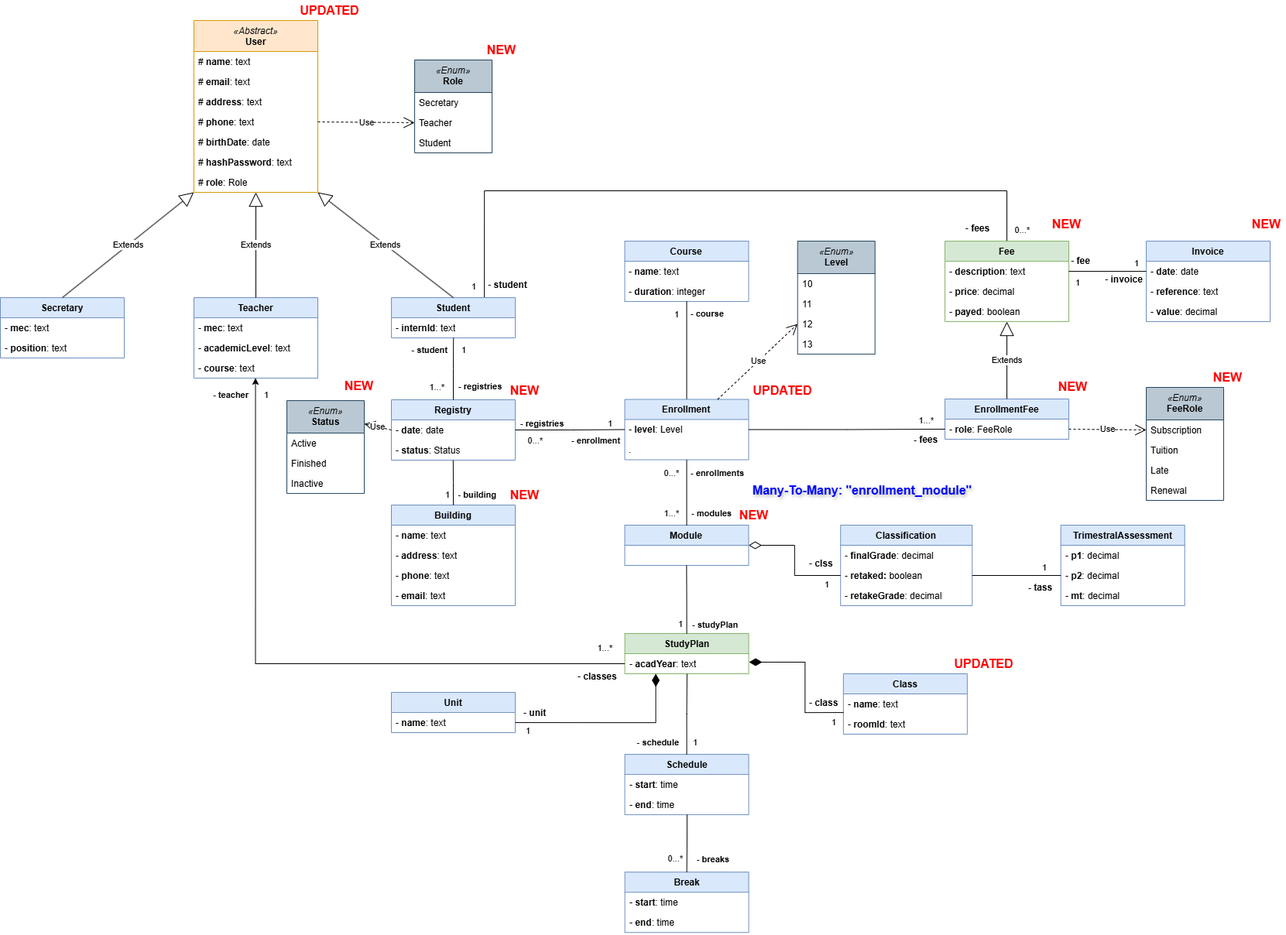
This is documentation/data-model.drawio.png from Joaquim-Claudio/Imptel-Online_P.D.S-2024-2025, a draw.io export, as it was before one commit. Source tidied: cells renumbered, new cells last; positions are measured from the earlier drawing's top-left corner, leaving out a move shared by most shapes.
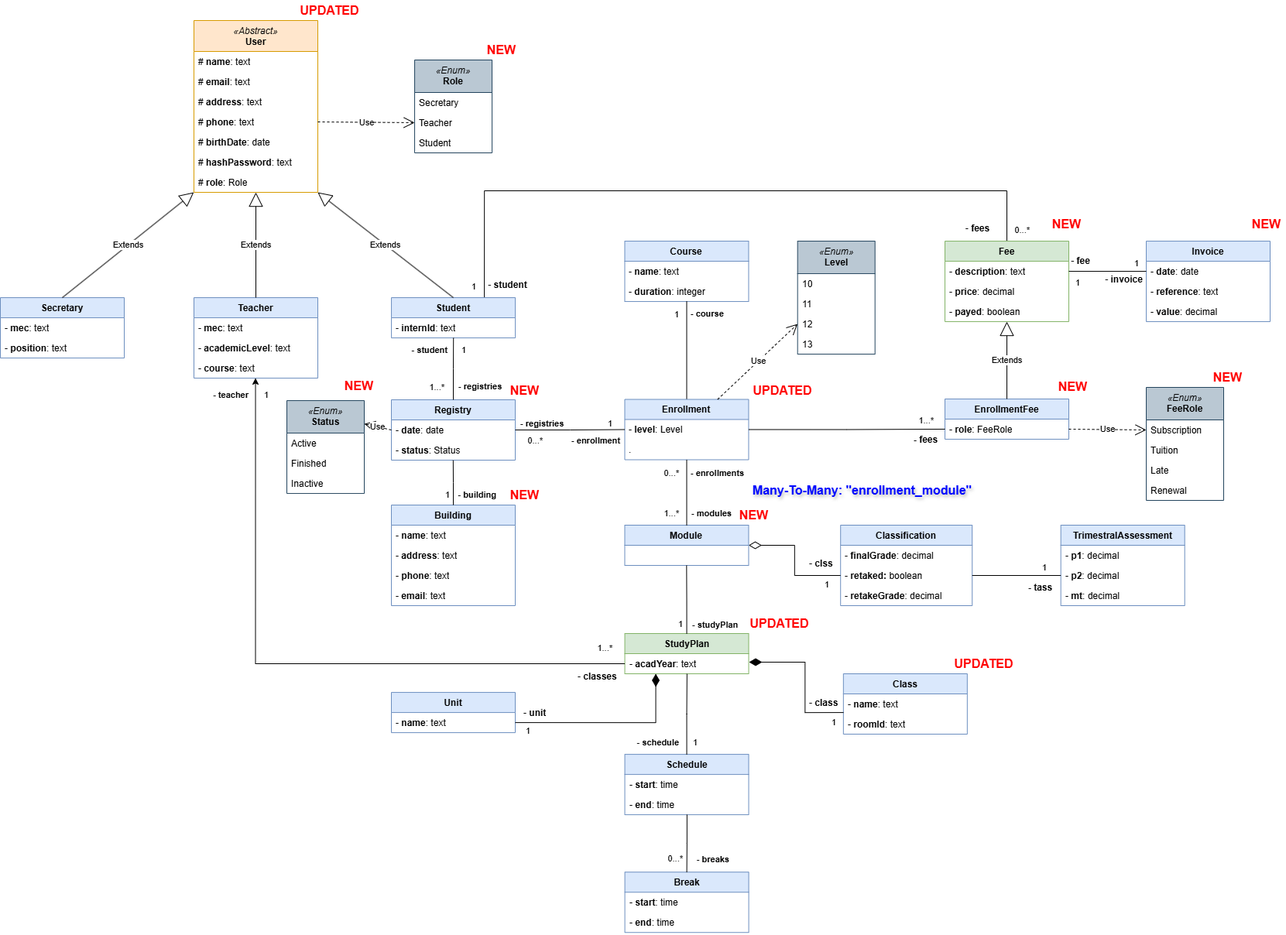
After the commit.

What changed in the source:
```diff
@@ -516,5 +516,8 @@
     <mxCell id="163" value="NEW" style="text;align=center;fontStyle=1;verticalAlign=middle;spacingLeft=3;spacingRight=3;html=1;fontColor=#ff0000;fontSize=16;" parent="1" vertex="1">
       <mxGeometry x="1560" y="474" width="50" height="26" as="geometry" />
     </mxCell>
+    <mxCell id="164" value="UPDATED" style="text;align=center;fontStyle=1;verticalAlign=middle;spacingLeft=3;spacingRight=3;html=1;fontColor=#ff0000;fontSize=16;" parent="1" vertex="1">
+      <mxGeometry x="965.6" y="792" width="80.3" height="26" as="geometry" />
+    </mxCell>
   </root>
 </mxGraphModel>
```
